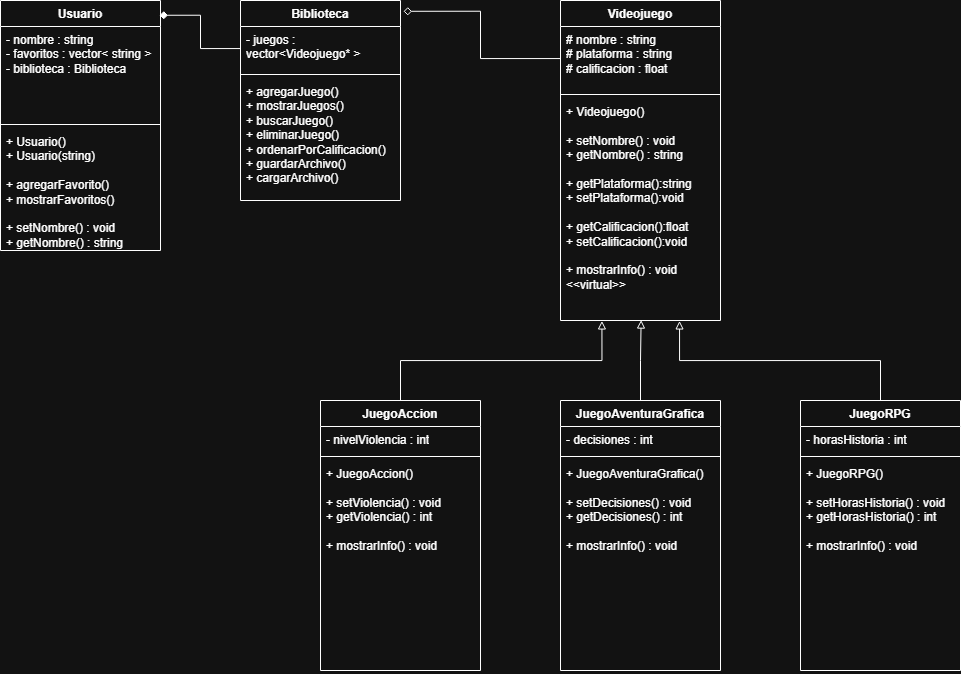
This is 2Proyecto.drawio.png from Nararj/2Proyecto-C-, a draw.io export, as it was before one commit. Source tidied: cells renumbered, new cells last; positions are measured from the earlier drawing's top-left corner, leaving out a move shared by most shapes.
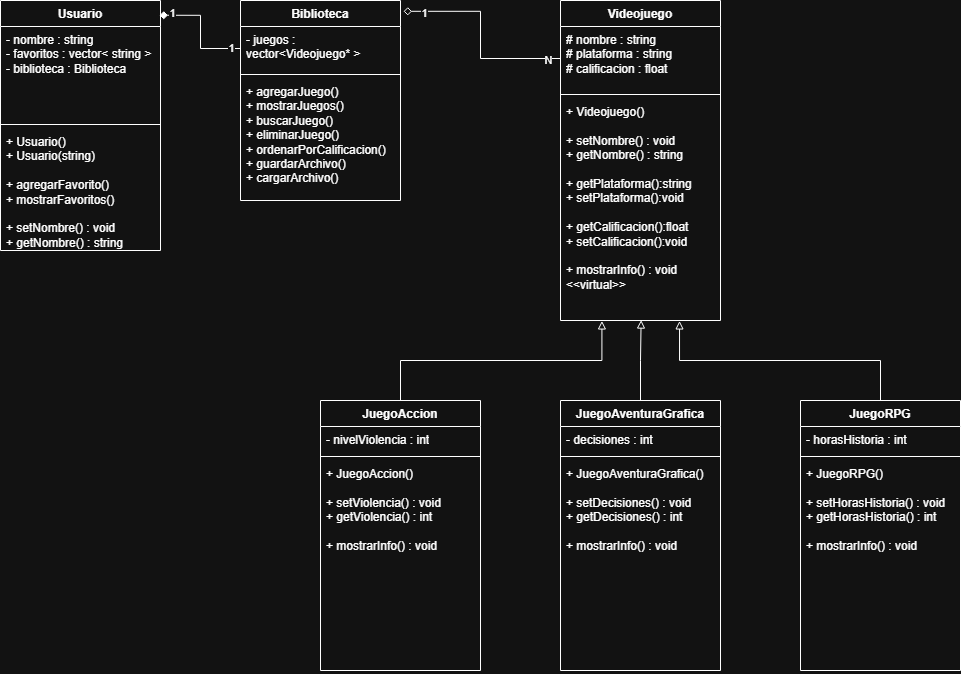
Later version of the same file.

Change to the diagram source:
```diff
@@ -86,8 +86,20 @@
     <mxCell id="29" style="edgeStyle=orthogonalEdgeStyle;rounded=0;jettySize=auto;html=1;entryX=1.019;entryY=0.054;entryDx=0;entryDy=0;entryPerimeter=0;endArrow=diamond;endFill=0;" parent="1" edge="1" source="3" target="18">
       <mxGeometry relative="1" as="geometry" />
     </mxCell>
+    <mxCell id="31" value="1" style="edgeLabel;html=1;align=center;verticalAlign=middle;" parent="29" vertex="1">
+      <mxGeometry x="0.8" y="2" relative="1" as="geometry" />
+    </mxCell>
+    <mxCell id="32" value="N" style="edgeLabel;html=1;align=center;verticalAlign=middle;" parent="29" vertex="1">
+      <mxGeometry x="-0.88" y="2" relative="1" as="geometry" />
+    </mxCell>
     <mxCell id="30" style="edgeStyle=orthogonalEdgeStyle;rounded=0;jettySize=auto;html=1;entryX=0.994;entryY=0.059;entryDx=0;entryDy=0;entryPerimeter=0;endArrow=diamond;endFill=1;" parent="1" edge="1" source="19" target="22">
       <mxGeometry relative="1" as="geometry" />
     </mxCell>
+    <mxCell id="33" value="1" style="edgeLabel;html=1;align=center;verticalAlign=middle;" parent="30" vertex="1">
+      <mxGeometry x="0.78" y="-2" relative="1" as="geometry" />
+    </mxCell>
+    <mxCell id="34" value="1" style="edgeLabel;html=1;align=center;verticalAlign=middle;" parent="30" vertex="1">
+      <mxGeometry x="-0.84" relative="1" as="geometry" />
+    </mxCell>
   </root>
 </mxGraphModel>
```
